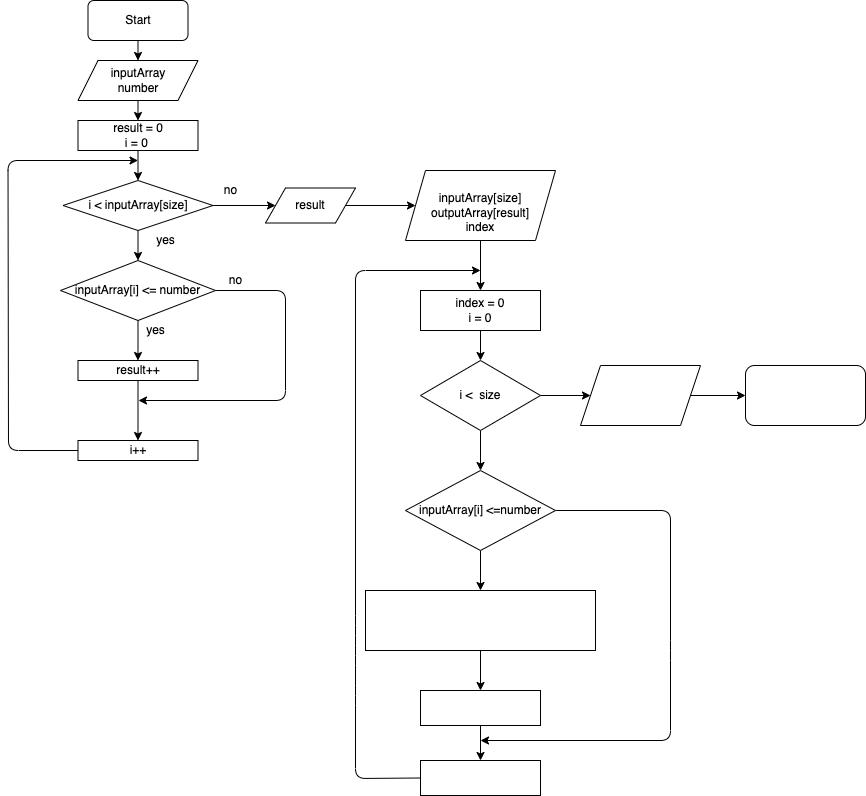
This is diagram.drawio.png from ProYulia/FinalTestCSharp, a draw.io export, as it was before one commit. Source tidied: cells renumbered, new cells last; positions are measured from the earlier drawing's top-left corner, leaving out a move shared by most shapes.
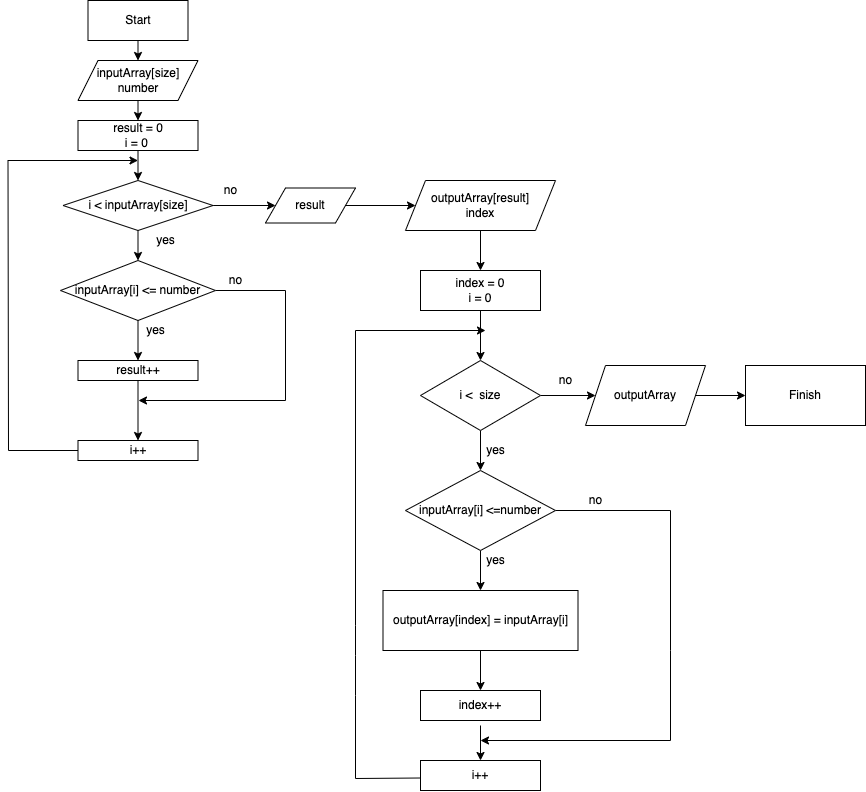
Later version of the same file.

What changed in the source:
```diff
@@ -2,39 +2,39 @@
   <root>
     <mxCell id="0" />
     <mxCell id="1" parent="0" />
-    <mxCell id="2" style="edgeStyle=none;html=1;entryX=0.5;entryY=0;entryDx=0;entryDy=0;" parent="1" edge="1" source="3" target="36">
+    <mxCell id="2" style="edgeStyle=none;html=1;entryX=0.5;entryY=0;entryDx=0;entryDy=0;rounded=0;" parent="1" edge="1" source="3" target="36">
       <mxGeometry relative="1" as="geometry" />
     </mxCell>
-    <mxCell id="3" value="Start" style="rounded=1;whiteSpace=wrap;html=1;" parent="1" vertex="1">
+    <mxCell id="3" value="Start" style="rounded=0;whiteSpace=wrap;html=1;" parent="1" vertex="1">
       <mxGeometry x="80.5" width="100" height="40" as="geometry" />
     </mxCell>
-    <mxCell id="4" style="edgeStyle=none;html=1;" parent="1" edge="1" target="7">
-      <mxGeometry relative="1" as="geometry">
-        <mxPoint x="473" y="240" as="sourcePoint" />
-      </mxGeometry>
+    <mxCell id="4" style="edgeStyle=none;html=1;rounded=0;exitX=0.5;exitY=1;exitDx=0;exitDy=0;" parent="1" edge="1" source="5" target="7">
+      <mxGeometry relative="1" as="geometry" />
     </mxCell>
-    <mxCell id="5" value="&lt;br&gt;inputArray[size]&lt;br&gt;outputArray[result]&lt;br&gt;index" style="shape=parallelogram;perimeter=parallelogramPerimeter;whiteSpace=wrap;html=1;fixedSize=1;" parent="1" vertex="1">
-      <mxGeometry x="398" y="170" width="150" height="70" as="geometry" />
+    <mxCell id="5" value="outputArray[result]&lt;br&gt;index" style="shape=parallelogram;perimeter=parallelogramPerimeter;whiteSpace=wrap;html=1;fixedSize=1;rounded=0;" parent="1" vertex="1">
+      <mxGeometry x="398" y="180" width="150" height="50" as="geometry" />
     </mxCell>
-    <mxCell id="6" style="edgeStyle=none;html=1;" parent="1" edge="1" source="7" target="10">
+    <mxCell id="6" style="edgeStyle=none;html=1;rounded=0;" parent="1" edge="1" source="7" target="10">
       <mxGeometry relative="1" as="geometry" />
     </mxCell>
     <mxCell id="7" value="index = 0&lt;br&gt;i = 0" style="rounded=0;whiteSpace=wrap;html=1;" parent="1" vertex="1">
-      <mxGeometry x="413" y="290" width="120" height="40" as="geometry" />
+      <mxGeometry x="413" y="270" width="120" height="40" as="geometry" />
     </mxCell>
-    <mxCell id="8" style="edgeStyle=none;html=1;fontColor=#FFFFFF;" parent="1" edge="1" source="10" target="13">
+    <mxCell id="8" style="edgeStyle=none;html=1;fontColor=#FFFFFF;rounded=0;" parent="1" edge="1" source="10" target="13">
       <mxGeometry relative="1" as="geometry" />
     </mxCell>
-    <mxCell id="9" style="edgeStyle=none;html=1;fontColor=#FFFFFF;" parent="1" edge="1" source="10" target="24">
+    <mxCell id="9" style="edgeStyle=none;html=1;fontColor=#FFFFFF;rounded=0;entryX=0;entryY=0.5;entryDx=0;entryDy=0;" parent="1" edge="1" source="10" target="24">
       <mxGeometry relative="1" as="geometry" />
     </mxCell>
-    <mxCell id="10" value="i &amp;lt;&amp;nbsp; size" style="rhombus;whiteSpace=wrap;html=1;" parent="1" vertex="1">
+    <mxCell id="10" value="i &amp;lt;&amp;nbsp; size" style="rhombus;whiteSpace=wrap;html=1;rounded=0;" parent="1" vertex="1">
       <mxGeometry x="413" y="360" width="120" height="70" as="geometry" />
     </mxCell>
-    <mxCell id="11" style="edgeStyle=none;html=1;fontColor=#FFFFFF;" parent="1" edge="1" source="13" target="15">
-      <mxGeometry relative="1" as="geometry" />
+    <mxCell id="11" style="edgeStyle=none;html=1;fontColor=#FFFFFF;rounded=0;" parent="1" edge="1" source="13">
+      <mxGeometry relative="1" as="geometry">
+        <mxPoint x="473" y="590" as="targetPoint" />
+      </mxGeometry>
     </mxCell>
-    <mxCell id="12" style="edgeStyle=none;html=1;fontColor=#FFFFFF;" parent="1" edge="1" source="13">
+    <mxCell id="12" style="edgeStyle=none;html=1;fontColor=#FFFFFF;rounded=0;" parent="1" edge="1" source="13">
       <mxGeometry relative="1" as="geometry">
         <mxPoint x="473" y="740" as="targetPoint" />
         <Array as="points">
@@ -44,80 +44,59 @@
         </Array>
       </mxGeometry>
     </mxCell>
-    <mxCell id="13" value="inputArray[i] &amp;lt;=number" style="rhombus;whiteSpace=wrap;html=1;" parent="1" vertex="1">
+    <mxCell id="13" value="inputArray[i] &amp;lt;=number" style="rhombus;whiteSpace=wrap;html=1;rounded=0;labelBackgroundColor=none;" parent="1" vertex="1">
       <mxGeometry x="398" y="470" width="150" height="80" as="geometry" />
     </mxCell>
-    <mxCell id="14" style="edgeStyle=none;html=1;fontColor=#FFFFFF;" parent="1" edge="1" source="15" target="18">
-      <mxGeometry relative="1" as="geometry" />
+    <mxCell id="14" style="edgeStyle=none;html=1;fontColor=#FFFFFF;rounded=0;" parent="1" edge="1">
+      <mxGeometry relative="1" as="geometry">
+        <mxPoint x="473" y="650" as="sourcePoint" />
+        <mxPoint x="473" y="690" as="targetPoint" />
+      </mxGeometry>
     </mxCell>
-    <mxCell id="15" value="&lt;p class=&quot;p1&quot; style=&quot;margin: 0px ; font-stretch: normal ; font-size: 13px ; line-height: normal ; font-family: &amp;#34;helvetica neue&amp;#34;&quot;&gt;&lt;font color=&quot;#ffffff&quot;&gt;outputArray[index] = inputArray[i]&lt;/font&gt;&lt;/p&gt;" style="rounded=0;whiteSpace=wrap;html=1;" parent="1" vertex="1">
-      <mxGeometry x="358" y="590" width="230" height="60" as="geometry" />
-    </mxCell>
-    <mxCell id="16" style="edgeStyle=none;html=1;fontColor=#FFFFFF;exitX=0;exitY=0.5;exitDx=0;exitDy=0;" parent="1" edge="1" source="21">
+    <mxCell id="16" style="edgeStyle=none;html=1;fontColor=#FFFFFF;exitX=0;exitY=0.5;exitDx=0;exitDy=0;rounded=0;" parent="1" edge="1">
       <mxGeometry relative="1" as="geometry">
-        <mxPoint x="473" y="270" as="targetPoint" />
+        <mxPoint x="413" y="777.5" as="sourcePoint" />
+        <mxPoint x="478" y="330" as="targetPoint" />
         <Array as="points">
           <mxPoint x="348" y="778" />
           <mxPoint x="348" y="695" />
           <mxPoint x="348" y="655" />
           <mxPoint x="348" y="625" />
-          <mxPoint x="348" y="270" />
+          <mxPoint x="348" y="330" />
         </Array>
       </mxGeometry>
     </mxCell>
-    <mxCell id="17" style="edgeStyle=none;html=1;fontColor=#FFFFFF;" parent="1" edge="1" source="18">
+    <mxCell id="17" style="edgeStyle=none;html=1;fontColor=#FFFFFF;rounded=0;" parent="1" edge="1">
       <mxGeometry relative="1" as="geometry">
+        <mxPoint x="473" y="725" as="sourcePoint" />
         <mxPoint x="473" y="760" as="targetPoint" />
       </mxGeometry>
     </mxCell>
-    <mxCell id="18" value="index++" style="rounded=0;whiteSpace=wrap;html=1;fontColor=#FFFFFF;" parent="1" vertex="1">
-      <mxGeometry x="413" y="690" width="120" height="35" as="geometry" />
-    </mxCell>
-    <mxCell id="19" value="yes" style="text;html=1;align=center;verticalAlign=middle;strokeColor=none;fillColor=none;fontColor=#FFFFFF;" parent="1" vertex="1">
-      <mxGeometry x="478" y="550" width="30" height="20" as="geometry" />
-    </mxCell>
-    <mxCell id="20" value="no" style="text;html=1;align=center;verticalAlign=middle;strokeColor=none;fillColor=none;fontColor=#FFFFFF;" parent="1" vertex="1">
-      <mxGeometry x="573" y="490" width="30" height="20" as="geometry" />
-    </mxCell>
-    <mxCell id="21" value="i++" style="rounded=0;whiteSpace=wrap;html=1;fontColor=#FFFFFF;" parent="1" vertex="1">
-      <mxGeometry x="413" y="760" width="120" height="35" as="geometry" />
-    </mxCell>
-    <mxCell id="22" value="yes" style="text;html=1;align=center;verticalAlign=middle;strokeColor=none;fillColor=none;fontColor=#FFFFFF;" parent="1" vertex="1">
-      <mxGeometry x="478" y="440" width="30" height="20" as="geometry" />
-    </mxCell>
-    <mxCell id="23" style="edgeStyle=none;html=1;fontColor=#FFFFFF;" parent="1" edge="1" source="24">
+    <mxCell id="23" style="edgeStyle=none;html=1;fontColor=#FFFFFF;rounded=0;" parent="1" edge="1">
       <mxGeometry relative="1" as="geometry">
+        <mxPoint x="683" y="395" as="sourcePoint" />
         <mxPoint x="738" y="395" as="targetPoint" />
       </mxGeometry>
     </mxCell>
-    <mxCell id="24" value="outputArray" style="shape=parallelogram;perimeter=parallelogramPerimeter;whiteSpace=wrap;html=1;fixedSize=1;fontColor=#FFFFFF;" parent="1" vertex="1">
-      <mxGeometry x="573" y="365" width="120" height="60" as="geometry" />
-    </mxCell>
-    <mxCell id="25" value="Finish" style="rounded=1;whiteSpace=wrap;html=1;fontColor=#FFFFFF;" parent="1" vertex="1">
-      <mxGeometry x="738" y="365" width="120" height="60" as="geometry" />
-    </mxCell>
-    <mxCell id="26" value="no" style="text;html=1;align=center;verticalAlign=middle;strokeColor=none;fillColor=none;fontColor=#FFFFFF;" parent="1" vertex="1">
-      <mxGeometry x="548" y="370" width="30" height="20" as="geometry" />
-    </mxCell>
-    <mxCell id="27" style="edgeStyle=none;html=1;entryX=0.5;entryY=0;entryDx=0;entryDy=0;" parent="1" edge="1" source="28" target="31">
+    <mxCell id="27" style="edgeStyle=none;html=1;entryX=0.5;entryY=0;entryDx=0;entryDy=0;rounded=0;" parent="1" edge="1" source="28" target="31">
       <mxGeometry relative="1" as="geometry" />
     </mxCell>
     <mxCell id="28" value="result = 0&lt;br&gt;i = 0&amp;nbsp;" style="rounded=0;whiteSpace=wrap;html=1;" parent="1" vertex="1">
       <mxGeometry x="70.5" y="120" width="120" height="30" as="geometry" />
     </mxCell>
-    <mxCell id="29" style="edgeStyle=none;html=1;entryX=0.5;entryY=0;entryDx=0;entryDy=0;" parent="1" edge="1" source="31" target="34">
+    <mxCell id="29" style="edgeStyle=none;html=1;entryX=0.5;entryY=0;entryDx=0;entryDy=0;rounded=0;" parent="1" edge="1" source="31" target="34">
       <mxGeometry relative="1" as="geometry" />
     </mxCell>
-    <mxCell id="30" style="edgeStyle=none;html=1;" parent="1" edge="1" source="31" target="43">
+    <mxCell id="30" style="edgeStyle=none;html=1;rounded=0;" parent="1" edge="1" source="31" target="43">
       <mxGeometry relative="1" as="geometry" />
     </mxCell>
-    <mxCell id="31" value="i &amp;lt; inputArray[size]" style="rhombus;whiteSpace=wrap;html=1;" parent="1" vertex="1">
+    <mxCell id="31" value="i &amp;lt; inputArray[size]" style="rhombus;whiteSpace=wrap;html=1;rounded=0;" parent="1" vertex="1">
       <mxGeometry x="55.5" y="180" width="150" height="50" as="geometry" />
     </mxCell>
-    <mxCell id="32" style="edgeStyle=none;html=1;entryX=0.5;entryY=0;entryDx=0;entryDy=0;" parent="1" edge="1" source="34" target="38">
+    <mxCell id="32" style="edgeStyle=none;html=1;entryX=0.5;entryY=0;entryDx=0;entryDy=0;rounded=0;" parent="1" edge="1" source="34" target="38">
       <mxGeometry relative="1" as="geometry" />
     </mxCell>
-    <mxCell id="33" style="edgeStyle=none;html=1;exitX=1;exitY=0.5;exitDx=0;exitDy=0;" parent="1" edge="1" source="34">
+    <mxCell id="33" style="edgeStyle=none;html=1;exitX=1;exitY=0.5;exitDx=0;exitDy=0;rounded=0;" parent="1" edge="1" source="34">
       <mxGeometry relative="1" as="geometry">
         <mxPoint x="131" y="400" as="targetPoint" />
         <Array as="points">
@@ -126,22 +105,22 @@
         </Array>
       </mxGeometry>
     </mxCell>
-    <mxCell id="34" value="inputArray[i] &amp;lt;= number" style="rhombus;whiteSpace=wrap;html=1;" parent="1" vertex="1">
+    <mxCell id="34" value="inputArray[i] &amp;lt;= number" style="rhombus;whiteSpace=wrap;html=1;rounded=0;" parent="1" vertex="1">
       <mxGeometry x="53" y="260" width="155" height="60" as="geometry" />
     </mxCell>
-    <mxCell id="35" style="edgeStyle=none;html=1;exitX=0.5;exitY=1;exitDx=0;exitDy=0;entryX=0.5;entryY=0;entryDx=0;entryDy=0;" parent="1" edge="1" source="36" target="28">
+    <mxCell id="35" style="edgeStyle=none;html=1;exitX=0.5;exitY=1;exitDx=0;exitDy=0;entryX=0.5;entryY=0;entryDx=0;entryDy=0;rounded=0;" parent="1" edge="1" source="36" target="28">
       <mxGeometry relative="1" as="geometry" />
     </mxCell>
-    <mxCell id="36" value="inputArray&lt;br&gt;number" style="shape=parallelogram;perimeter=parallelogramPerimeter;whiteSpace=wrap;html=1;fixedSize=1;" parent="1" vertex="1">
+    <mxCell id="36" value="inputArray[size]&lt;br&gt;number" style="shape=parallelogram;perimeter=parallelogramPerimeter;whiteSpace=wrap;html=1;fixedSize=1;rounded=0;" parent="1" vertex="1">
       <mxGeometry x="70.5" y="60" width="120" height="40" as="geometry" />
     </mxCell>
-    <mxCell id="37" style="edgeStyle=none;html=1;" parent="1" edge="1" source="38" target="40">
+    <mxCell id="37" style="edgeStyle=none;html=1;rounded=0;" parent="1" edge="1" source="38" target="40">
       <mxGeometry relative="1" as="geometry" />
     </mxCell>
     <mxCell id="38" value="result++" style="rounded=0;whiteSpace=wrap;html=1;" parent="1" vertex="1">
       <mxGeometry x="70.5" y="360" width="120" height="20" as="geometry" />
     </mxCell>
-    <mxCell id="39" style="edgeStyle=none;html=1;" parent="1" edge="1" source="40">
+    <mxCell id="39" style="edgeStyle=none;html=1;rounded=0;" parent="1" edge="1" source="40">
       <mxGeometry relative="1" as="geometry">
         <mxPoint x="130.5" y="160" as="targetPoint" />
         <Array as="points">
@@ -153,23 +132,50 @@
     <mxCell id="40" value="i++" style="rounded=0;whiteSpace=wrap;html=1;" parent="1" vertex="1">
       <mxGeometry x="70.5" y="440" width="120" height="20" as="geometry" />
     </mxCell>
-    <mxCell id="41" value="no" style="text;html=1;align=center;verticalAlign=middle;strokeColor=none;fillColor=none;" parent="1" vertex="1">
+    <mxCell id="41" value="no" style="text;html=1;align=center;verticalAlign=middle;strokeColor=none;fillColor=none;rounded=0;" parent="1" vertex="1">
       <mxGeometry x="208" y="180" width="30" height="20" as="geometry" />
     </mxCell>
-    <mxCell id="42" style="edgeStyle=none;html=1;" parent="1" edge="1" source="43" target="5">
+    <mxCell id="42" style="edgeStyle=none;html=1;rounded=0;" parent="1" edge="1" source="43" target="5">
       <mxGeometry relative="1" as="geometry" />
     </mxCell>
-    <mxCell id="43" value="result" style="shape=parallelogram;perimeter=parallelogramPerimeter;whiteSpace=wrap;html=1;fixedSize=1;" parent="1" vertex="1">
+    <mxCell id="43" value="result" style="shape=parallelogram;perimeter=parallelogramPerimeter;whiteSpace=wrap;html=1;fixedSize=1;rounded=0;fontColor=default;" parent="1" vertex="1">
       <mxGeometry x="258" y="187.5" width="90" height="35" as="geometry" />
     </mxCell>
-    <mxCell id="44" value="yes" style="text;html=1;align=center;verticalAlign=middle;strokeColor=none;fillColor=none;" parent="1" vertex="1">
+    <mxCell id="44" value="yes" style="text;html=1;align=center;verticalAlign=middle;strokeColor=none;fillColor=none;rounded=0;" parent="1" vertex="1">
       <mxGeometry x="143" y="230" width="30" height="20" as="geometry" />
     </mxCell>
-    <mxCell id="45" value="yes" style="text;html=1;align=center;verticalAlign=middle;strokeColor=none;fillColor=none;" parent="1" vertex="1">
+    <mxCell id="45" value="yes" style="text;html=1;align=center;verticalAlign=middle;strokeColor=none;fillColor=none;rounded=0;" parent="1" vertex="1">
       <mxGeometry x="133" y="320" width="30" height="20" as="geometry" />
     </mxCell>
-    <mxCell id="46" value="no" style="text;html=1;align=center;verticalAlign=middle;strokeColor=none;fillColor=none;" parent="1" vertex="1">
+    <mxCell id="46" value="no" style="text;html=1;align=center;verticalAlign=middle;strokeColor=none;fillColor=none;rounded=0;" parent="1" vertex="1">
       <mxGeometry x="213" y="270" width="30" height="20" as="geometry" />
     </mxCell>
+    <mxCell id="15" value="outputArray[index] = inputArray[i]" style="rounded=0;whiteSpace=wrap;html=1;labelBackgroundColor=default;" parent="1" vertex="1">
+      <mxGeometry x="375.5" y="590" width="195" height="60" as="geometry" />
+    </mxCell>
+    <mxCell id="18" value="index++" style="rounded=0;whiteSpace=wrap;html=1;labelBackgroundColor=default;" parent="1" vertex="1">
+      <mxGeometry x="413" y="690" width="120" height="30" as="geometry" />
+    </mxCell>
+    <mxCell id="21" value="i++" style="rounded=0;whiteSpace=wrap;html=1;labelBackgroundColor=default;" parent="1" vertex="1">
+      <mxGeometry x="413" y="760" width="120" height="30" as="geometry" />
+    </mxCell>
+    <mxCell id="24" value="outputArray" style="shape=parallelogram;perimeter=parallelogramPerimeter;whiteSpace=wrap;html=1;fixedSize=1;labelBackgroundColor=default;" parent="1" vertex="1">
+      <mxGeometry x="578" y="365" width="120" height="60" as="geometry" />
+    </mxCell>
+    <mxCell id="25" value="Finish" style="rounded=0;whiteSpace=wrap;html=1;labelBackgroundColor=default;" parent="1" vertex="1">
+      <mxGeometry x="738" y="365" width="120" height="60" as="geometry" />
+    </mxCell>
+    <mxCell id="47" value="no" style="text;html=1;align=center;verticalAlign=middle;strokeColor=none;fillColor=none;" parent="1" vertex="1">
+      <mxGeometry x="543" y="370" width="30" height="20" as="geometry" />
+    </mxCell>
+    <mxCell id="48" value="no" style="text;html=1;align=center;verticalAlign=middle;strokeColor=none;fillColor=none;" parent="1" vertex="1">
+      <mxGeometry x="573" y="490" width="30" height="20" as="geometry" />
+    </mxCell>
+    <mxCell id="49" value="yes" style="text;html=1;align=center;verticalAlign=middle;strokeColor=none;fillColor=none;" parent="1" vertex="1">
+      <mxGeometry x="473" y="440" width="30" height="20" as="geometry" />
+    </mxCell>
+    <mxCell id="50" value="yes" style="text;html=1;align=center;verticalAlign=middle;strokeColor=none;fillColor=none;" parent="1" vertex="1">
+      <mxGeometry x="473" y="550" width="30" height="20" as="geometry" />
+    </mxCell>
   </root>
 </mxGraphModel>
```
